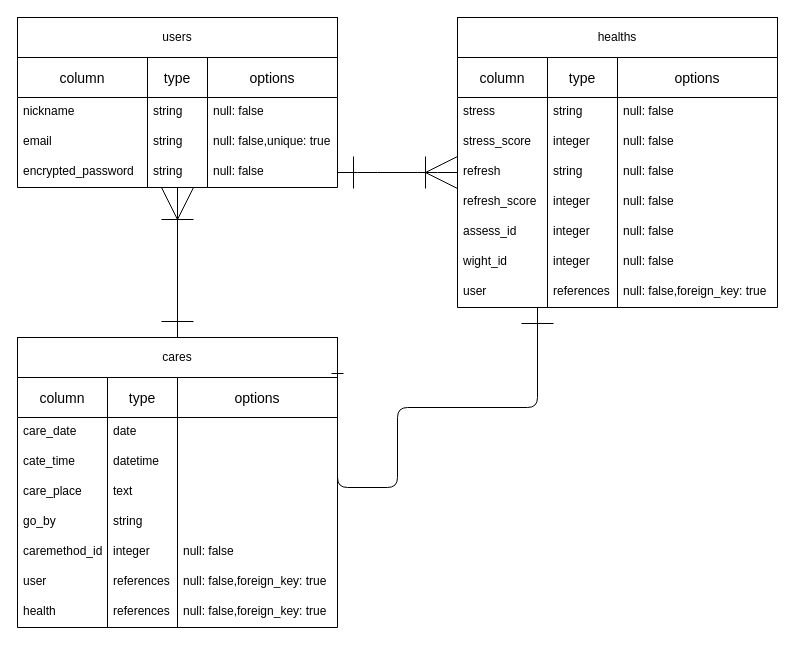
The draw.io diagram healthcare.dio in Sugi-Hi/healthcare-39228, before the edit. Source tidied: cells renumbered, new cells numbered last; positions are measured from the earlier drawing's top-left corner, leaving out a move shared by most shapes. Both pictures are drawn from the tidied source at 100%, with x=0, y=0 at pixel (17, 17).
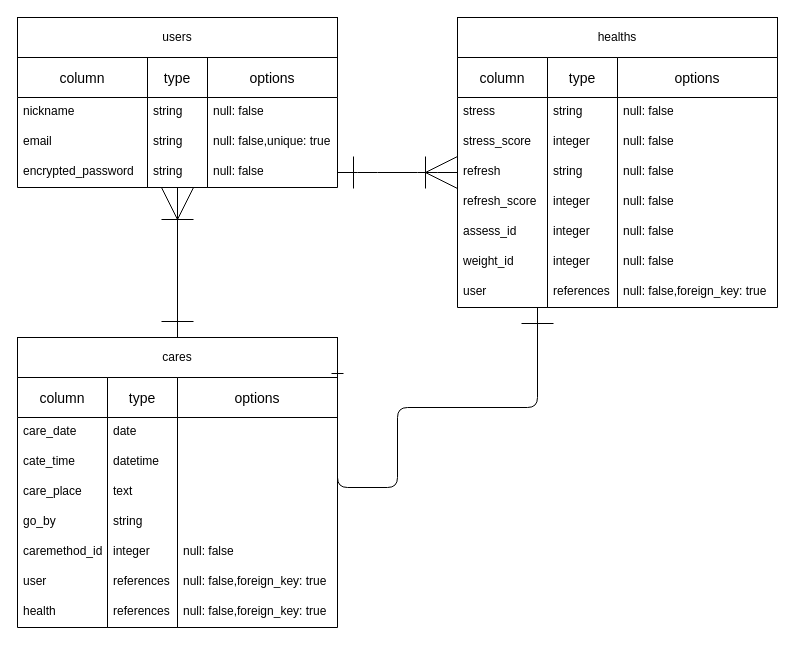
The same diagram, later.

The change refers to these unchanged cells:
```xml
<mxCell id="16" value="column" style="swimlane;fontStyle=0;horizontal=1;startSize=40;align=center;fontSize=14;" parent="1" vertex="1">
  <mxGeometry x="440" y="40" width="90" height="250" as="geometry" />
</mxCell>
```

The edit, as a diff of the source:
```diff
@@
-    <mxCell id="22" value="wight_id" style="text;strokeColor=none;fillColor=none;spacingLeft=4;spacingRight=4;overflow=hidden;fontSize=12;" parent="16" vertex="1">
+    <mxCell id="22" value="weight_id" style="text;strokeColor=none;fillColor=none;spacingLeft=4;spacingRight=4;overflow=hidden;fontSize=12;" parent="16" vertex="1">
       <mxGeometry y="190" width="90" height="30" as="geometry" />
     </mxCell>
```
